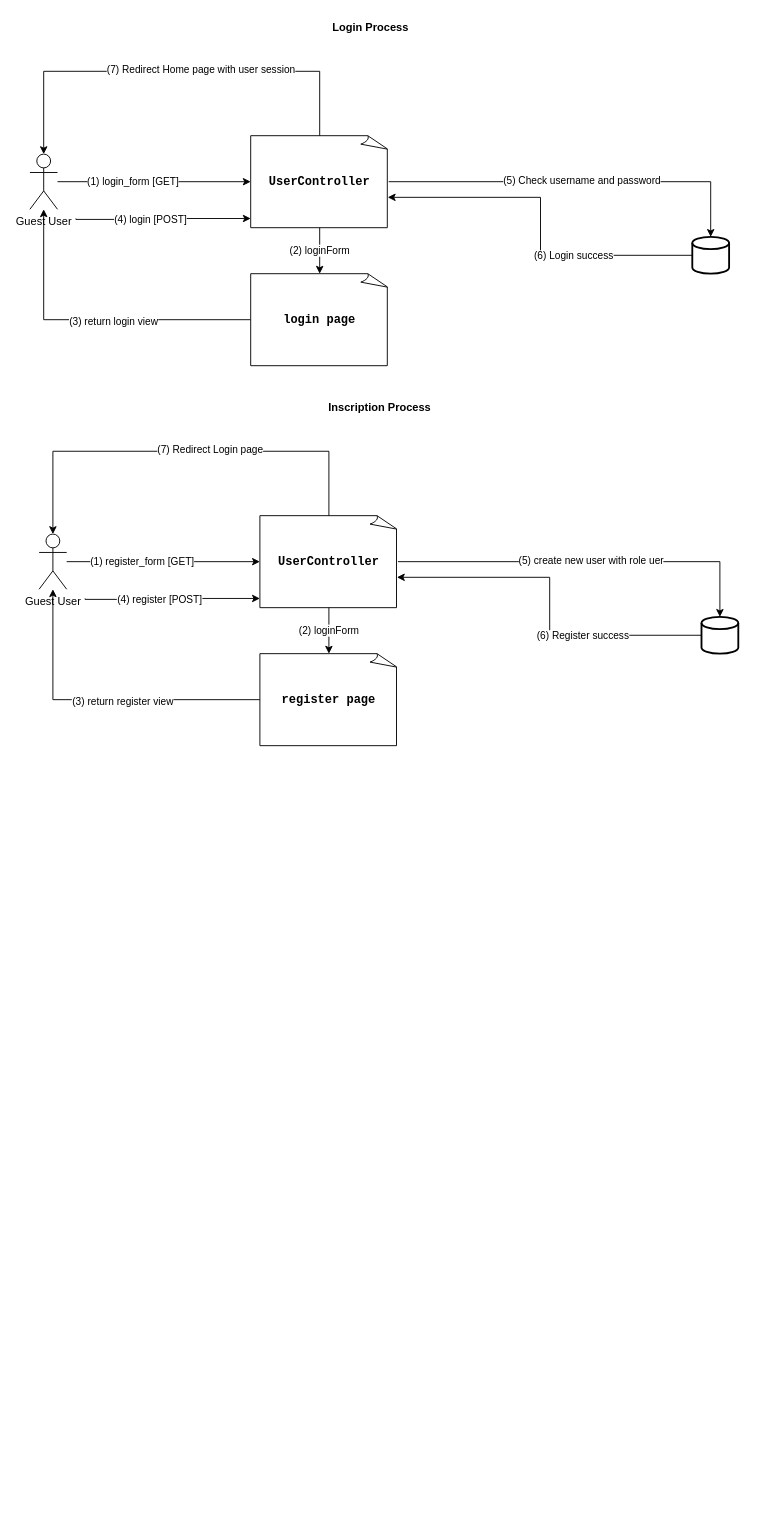
This is Untitled Diagram.drawio from cherifsriret/boilerplate-npm, a draw.io file, before an edit. Source tidied: cells renumbered, new cells numbered last; positions are measured from the earlier drawing's top-left corner, leaving out a move shared by most shapes. Both pictures are drawn from the tidied source at 92%, with x=0, y=0 at pixel (29, 16).
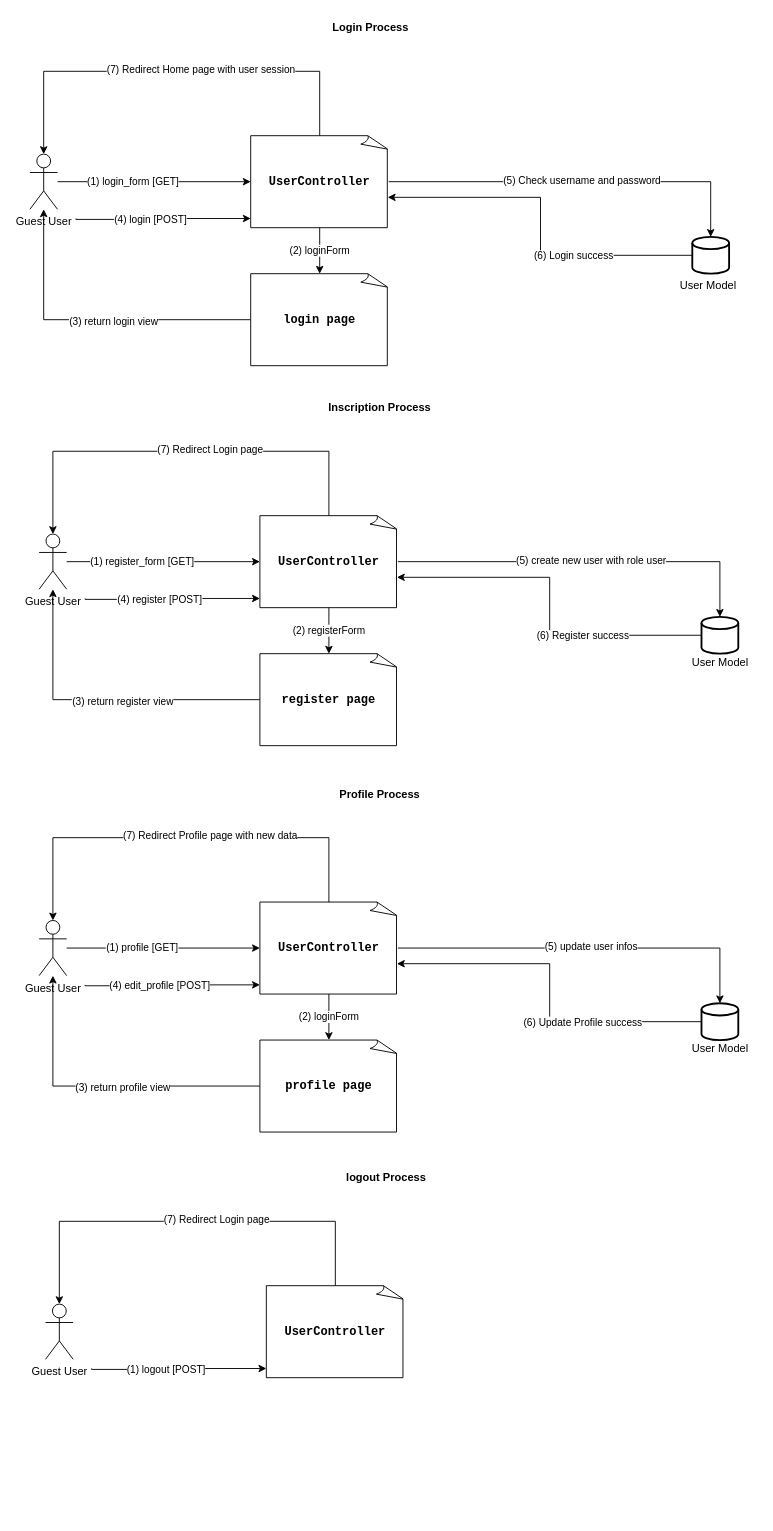
The same diagram, later.

Commit message:
logout page

The change refers to these unchanged cells:
```xml
<mxCell id="21" style="group;" parent="1" vertex="1">
  <mxGeometry x="10" y="413" width="760" height="380" as="geometry" />
</mxCell>
<mxCell id="26" value="&lt;div style=&quot;&quot;&gt;&lt;pre style=&quot;font-family: &amp;quot;JetBrains Mono&amp;quot;, monospace; font-size: 9.8pt;&quot;&gt;&lt;b style=&quot;background-color: rgb(255, 255, 255);&quot;&gt;UserController&lt;/b&gt;&lt;/pre&gt;&lt;/div&gt;" style="whiteSpace=wrap;html=1;shape=mxgraph.basic.document;" parent="21" vertex="1">
  <mxGeometry x="240" y="130" width="150" height="100" as="geometry" />
</mxCell>
<mxCell id="29" style="edgeStyle=orthogonalEdgeStyle;rounded=0;jettySize=auto;html=1;entryX=0.5;entryY=0;entryDx=0;entryDy=0;entryPerimeter=0;" parent="21" edge="1" source="26" target="22">
  <mxGeometry relative="1" as="geometry" />
</mxCell>
<mxCell id="33" value="&lt;div style=&quot;&quot;&gt;&lt;pre style=&quot;font-family: &amp;quot;JetBrains Mono&amp;quot;, monospace; font-size: 9.8pt;&quot;&gt;&lt;span style=&quot;background-color: rgb(255, 255, 255);&quot;&gt;&lt;b&gt;register page&lt;/b&gt;&lt;/span&gt;&lt;/pre&gt;&lt;/div&gt;" style="whiteSpace=wrap;html=1;shape=mxgraph.basic.document;" parent="21" vertex="1">
  <mxGeometry x="240" y="280" width="150" height="100" as="geometry" />
</mxCell>
```

The edit, as a diff of the source:
```diff
@@
-    <mxCell id="30" value="(5) create new user with role uer" style="edgeLabel;html=1;align=center;verticalAlign=middle;" parent="29" vertex="1">
+    <mxCell id="30" value="(5) create new user with role user" style="edgeLabel;html=1;align=center;verticalAlign=middle;" parent="29" vertex="1">
       <mxGeometry x="0.02" y="2" relative="1" as="geometry" />
     </mxCell>
@@
-    <mxCell id="34" value="(2) loginForm" style="edgeStyle=orthogonalEdgeStyle;rounded=0;jettySize=auto;html=1;entryX=0.5;entryY=0;entryDx=0;entryDy=0;entryPerimeter=0;" parent="21" edge="1" source="26" target="33">
+    <mxCell id="34" value="(2) registerForm" style="edgeStyle=orthogonalEdgeStyle;rounded=0;jettySize=auto;html=1;entryX=0.5;entryY=0;entryDx=0;entryDy=0;entryPerimeter=0;" parent="21" edge="1" source="26" target="33">
       <mxGeometry relative="1" as="geometry" />
     </mxCell>
@@
+    <mxCell id="40" style="group;" parent="1" vertex="1">
+      <mxGeometry x="10" y="833" width="760" height="380" as="geometry" />
+    </mxCell>
+    <mxCell id="41" style="strokeWidth=2;html=1;shape=mxgraph.flowchart.database;whiteSpace=wrap;" parent="40" vertex="1">
+      <mxGeometry x="720" y="240" width="40" height="40" as="geometry" />
+    </mxCell>
+    <mxCell id="42" style="edgeStyle=orthogonalEdgeStyle;rounded=0;jettySize=auto;html=1;" parent="40" edge="1" target="45">
+      <mxGeometry relative="1" as="geometry">
+        <mxPoint x="50" y="220" as="sourcePoint" />
+        <Array as="points">
+          <mxPoint x="50" y="221" />
+          <mxPoint x="146" y="221" />
+          <mxPoint x="146" y="220" />
+        </Array>
+      </mxGeometry>
+    </mxCell>
+    <mxCell id="43" value="(4) edit_profile [POST]" style="edgeLabel;html=1;align=center;verticalAlign=middle;" parent="42" vertex="1">
+      <mxGeometry x="-0.59" y="-2" relative="1" as="geometry">
+        <mxPoint x="42" y="-3" as="offset" />
+      </mxGeometry>
+    </mxCell>
+    <mxCell id="44" value="Guest User" style="shape=umlActor;verticalLabelPosition=bottom;verticalAlign=top;html=1;outlineConnect=0;" parent="40" vertex="1">
+      <mxGeometry y="150" width="30" height="60" as="geometry" />
+    </mxCell>
+    <mxCell id="45" value="&lt;div style=&quot;&quot;&gt;&lt;pre style=&quot;font-family: &amp;quot;JetBrains Mono&amp;quot;, monospace; font-size: 9.8pt;&quot;&gt;&lt;b style=&quot;background-color: rgb(255, 255, 255);&quot;&gt;UserController&lt;/b&gt;&lt;/pre&gt;&lt;/div&gt;" style="whiteSpace=wrap;html=1;shape=mxgraph.basic.document;" parent="40" vertex="1">
+      <mxGeometry x="240" y="130" width="150" height="100" as="geometry" />
+    </mxCell>
+    <mxCell id="46" style="edgeStyle=orthogonalEdgeStyle;rounded=0;jettySize=auto;html=1;entryX=0;entryY=0.5;entryDx=0;entryDy=0;entryPerimeter=0;" parent="40" edge="1" source="44" target="45">
+      <mxGeometry relative="1" as="geometry" />
+    </mxCell>
+    <mxCell id="47" value="(1) profile [GET]" style="edgeLabel;html=1;align=center;verticalAlign=middle;" parent="46" vertex="1">
+      <mxGeometry x="-0.23" y="1" relative="1" as="geometry" />
+    </mxCell>
+    <mxCell id="48" style="edgeStyle=orthogonalEdgeStyle;rounded=0;jettySize=auto;html=1;entryX=0.5;entryY=0;entryDx=0;entryDy=0;entryPerimeter=0;" parent="40" edge="1" source="45" target="41">
+      <mxGeometry relative="1" as="geometry" />
+    </mxCell>
+    <mxCell id="49" value="(5) update user infos" style="edgeLabel;html=1;align=center;verticalAlign=middle;" parent="48" vertex="1">
+      <mxGeometry x="0.02" y="2" relative="1" as="geometry" />
+    </mxCell>
+    <mxCell id="50" style="edgeStyle=orthogonalEdgeStyle;rounded=0;jettySize=auto;html=1;" parent="40" edge="1" source="52" target="44">
+      <mxGeometry relative="1" as="geometry" />
+    </mxCell>
+    <mxCell id="51" value="(3) return profile view" style="edgeLabel;html=1;align=center;verticalAlign=middle;" parent="50" vertex="1">
+      <mxGeometry x="-0.13" y="1" relative="1" as="geometry" />
+    </mxCell>
+    <mxCell id="52" value="&lt;div style=&quot;&quot;&gt;&lt;pre style=&quot;font-family: &amp;quot;JetBrains Mono&amp;quot;, monospace; font-size: 9.8pt;&quot;&gt;&lt;span style=&quot;background-color: rgb(255, 255, 255);&quot;&gt;&lt;b&gt;profile page&lt;/b&gt;&lt;/span&gt;&lt;/pre&gt;&lt;/div&gt;" style="whiteSpace=wrap;html=1;shape=mxgraph.basic.document;" parent="40" vertex="1">
+      <mxGeometry x="240" y="280" width="150" height="100" as="geometry" />
+    </mxCell>
+    <mxCell id="53" value="(2) loginForm" style="edgeStyle=orthogonalEdgeStyle;rounded=0;jettySize=auto;html=1;entryX=0.5;entryY=0;entryDx=0;entryDy=0;entryPerimeter=0;" parent="40" edge="1" source="45" target="52">
+      <mxGeometry relative="1" as="geometry" />
+    </mxCell>
+    <mxCell id="54" style="edgeStyle=orthogonalEdgeStyle;rounded=0;jettySize=auto;html=1;entryX=0.993;entryY=0.67;entryDx=0;entryDy=0;entryPerimeter=0;" parent="40" edge="1" source="41" target="45">
+      <mxGeometry relative="1" as="geometry" />
+    </mxCell>
+    <mxCell id="55" value="(6) Update Profile success" style="edgeLabel;html=1;align=center;verticalAlign=middle;" parent="54" vertex="1">
+      <mxGeometry x="-0.23" y="-2" relative="1" as="geometry">
+        <mxPoint x="22" y="2" as="offset" />
+      </mxGeometry>
+    </mxCell>
+    <mxCell id="56" style="edgeStyle=orthogonalEdgeStyle;rounded=0;jettySize=auto;html=1;entryX=0.5;entryY=0;entryDx=0;entryDy=0;entryPerimeter=0;" parent="40" edge="1" source="45" target="44">
+      <mxGeometry relative="1" as="geometry">
+        <Array as="points">
+          <mxPoint x="315" y="60" />
+          <mxPoint x="15" y="60" />
+        </Array>
+      </mxGeometry>
+    </mxCell>
+    <mxCell id="57" value="(7) Redirect Profile page with new data" style="edgeLabel;html=1;align=center;verticalAlign=middle;" parent="56" vertex="1">
+      <mxGeometry x="-0.13" y="-3" relative="1" as="geometry" />
+    </mxCell>
+    <mxCell id="58" value="Profile Process" style="text;align=center;fontStyle=1;verticalAlign=middle;spacingLeft=3;spacingRight=3;strokeColor=none;html=1;" parent="40" vertex="1">
+      <mxGeometry x="310" width="120" height="26" as="geometry" />
+    </mxCell>
+    <mxCell id="59" value="User Model" style="text;html=1;align=center;verticalAlign=middle;strokeColor=none;fillColor=none;" parent="1" vertex="1">
+      <mxGeometry x="710" y="1108" width="80" height="30" as="geometry" />
+    </mxCell>
+    <mxCell id="60" value="User Model" style="text;html=1;align=center;verticalAlign=middle;strokeColor=none;fillColor=none;" parent="1" vertex="1">
+      <mxGeometry x="710" y="688" width="80" height="30" as="geometry" />
+    </mxCell>
+    <mxCell id="61" value="User Model" style="text;html=1;align=center;verticalAlign=middle;strokeColor=none;fillColor=none;" parent="1" vertex="1">
+      <mxGeometry x="697" y="278" width="80" height="30" as="geometry" />
+    </mxCell>
+    <mxCell id="62" style="group;" parent="1" vertex="1">
+      <mxGeometry x="17" y="1250" width="760" height="380" as="geometry" />
+    </mxCell>
+    <mxCell id="63" style="edgeStyle=orthogonalEdgeStyle;rounded=0;jettySize=auto;html=1;" parent="62" edge="1" target="66">
+      <mxGeometry relative="1" as="geometry">
+        <mxPoint x="50" y="220" as="sourcePoint" />
+        <Array as="points">
+          <mxPoint x="50" y="221" />
+          <mxPoint x="146" y="221" />
+          <mxPoint x="146" y="220" />
+        </Array>
+      </mxGeometry>
+    </mxCell>
+    <mxCell id="64" value="(1) logout [POST]" style="edgeLabel;html=1;align=center;verticalAlign=middle;" parent="63" vertex="1">
+      <mxGeometry x="-0.59" y="-2" relative="1" as="geometry">
+        <mxPoint x="42" y="-3" as="offset" />
+      </mxGeometry>
+    </mxCell>
+    <mxCell id="65" value="Guest User" style="shape=umlActor;verticalLabelPosition=bottom;verticalAlign=top;html=1;outlineConnect=0;" parent="62" vertex="1">
+      <mxGeometry y="150" width="30" height="60" as="geometry" />
+    </mxCell>
+    <mxCell id="66" value="&lt;div style=&quot;&quot;&gt;&lt;pre style=&quot;font-family: &amp;quot;JetBrains Mono&amp;quot;, monospace; font-size: 9.8pt;&quot;&gt;&lt;b style=&quot;background-color: rgb(255, 255, 255);&quot;&gt;UserController&lt;/b&gt;&lt;/pre&gt;&lt;/div&gt;" style="whiteSpace=wrap;html=1;shape=mxgraph.basic.document;" parent="62" vertex="1">
+      <mxGeometry x="240" y="130" width="150" height="100" as="geometry" />
+    </mxCell>
+    <mxCell id="67" style="edgeStyle=orthogonalEdgeStyle;rounded=0;jettySize=auto;html=1;entryX=0.5;entryY=0;entryDx=0;entryDy=0;entryPerimeter=0;" parent="62" edge="1" source="66" target="65">
+      <mxGeometry relative="1" as="geometry">
+        <Array as="points">
+          <mxPoint x="315" y="60" />
+          <mxPoint x="15" y="60" />
+        </Array>
+      </mxGeometry>
+    </mxCell>
+    <mxCell id="68" value="(7) Redirect Login page" style="edgeLabel;html=1;align=center;verticalAlign=middle;" parent="67" vertex="1">
+      <mxGeometry x="-0.13" y="-3" relative="1" as="geometry" />
+    </mxCell>
+    <mxCell id="69" value="logout Process" style="text;align=center;fontStyle=1;verticalAlign=middle;spacingLeft=3;spacingRight=3;strokeColor=none;html=1;" parent="62" vertex="1">
+      <mxGeometry x="310" width="120" height="26" as="geometry" />
+    </mxCell>
```
